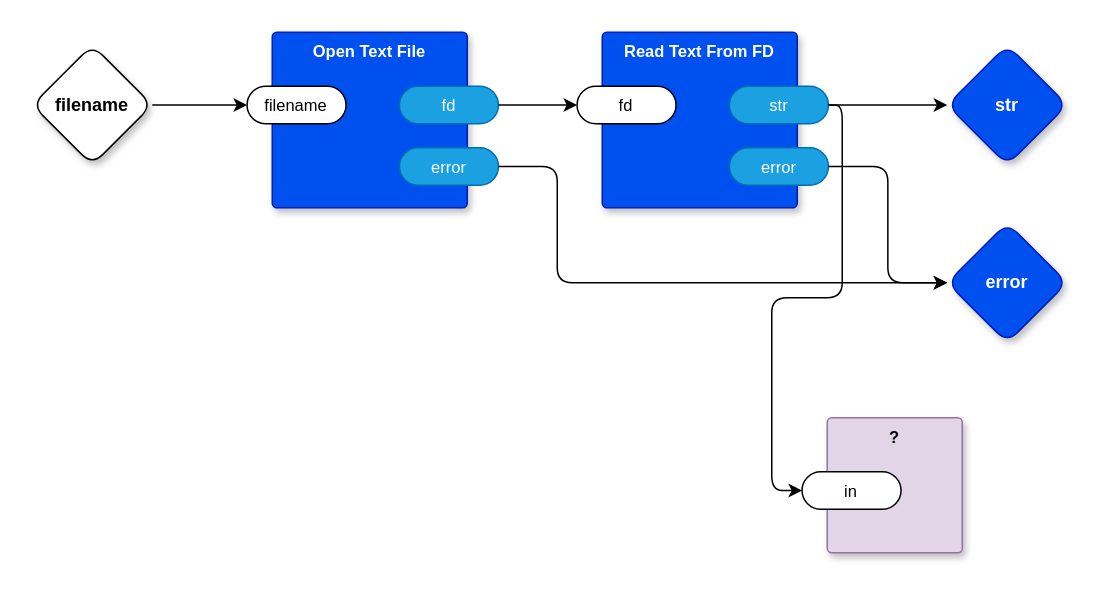
This is page "textfilereader" (2 of 4) of syntax-mapper/syntaxmapper.drawio from guitarvydas/0dv2, a draw.io file, before an edit. Source tidied: cells renumbered, new cells numbered last; positions are measured from the earlier drawing's top-left corner, leaving out a move shared by most shapes. Both pictures are drawn from the tidied source at 150%, with x=0, y=0 at pixel (32, 32).
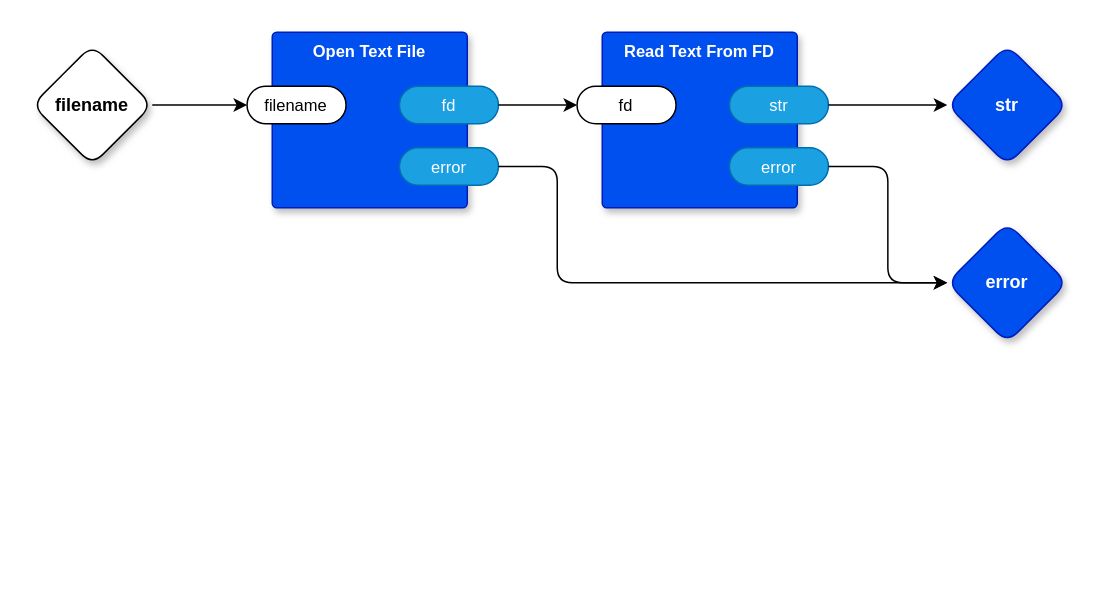
Above is the later version.

The change refers to these unchanged cells:
```xml
<mxCell id="4" value="str" style="rounded=1;whiteSpace=wrap;html=1;sketch=0;points=[[0,0.5,0,0,0],[1,0.5,0,0,0]];fillColor=#1ba1e2;fontColor=#ffffff;strokeColor=#006EAF;arcSize=50;fontFamily=Helvetica;fontSize=11;" parent="2" vertex="1">
  <mxGeometry x="84.8" y="36" width="66" height="25" as="geometry" />
</mxCell>
```

Diff of the diagram source:
```diff
@@
-    <mxCell id="18" value="?" style="rounded=1;whiteSpace=wrap;html=1;sketch=0;verticalAlign=top;arcSize=6;fontStyle=1;absoluteArcSize=1;shadow=1;strokeColor=#9673a6;fillColor=#e1d5e7;fontFamily=Helvetica;fontSize=11;" parent="1" vertex="1">
-      <mxGeometry x="530" y="257" width="90" height="90" as="geometry" />
-    </mxCell>
-    <mxCell id="19" value="in" style="rounded=1;whiteSpace=wrap;html=1;sketch=0;points=[[0,0.5,0,0,0],[1,0.5,0,0,0]];arcSize=50;fontFamily=Helvetica;fontSize=11;fontColor=default;" parent="18" vertex="1">
-      <mxGeometry x="-16.8" y="36" width="66" height="25" as="geometry" />
-    </mxCell>
-    <mxCell id="20" style="edgeStyle=orthogonalEdgeStyle;shape=connector;rounded=1;jettySize=auto;html=1;labelBackgroundColor=default;strokeColor=default;fontFamily=Helvetica;fontSize=11;fontColor=default;endArrow=classic;entryX=0;entryY=0.5;entryDx=0;entryDy=0;entryPerimeter=0;" parent="1" edge="1" source="4" target="19">
-      <mxGeometry relative="1" as="geometry">
-        <Array as="points">
-          <mxPoint x="540" y="49" />
-          <mxPoint x="540" y="177" />
-          <mxPoint x="493" y="177" />
-          <mxPoint x="493" y="306" />
-        </Array>
-      </mxGeometry>
-    </mxCell>
```
